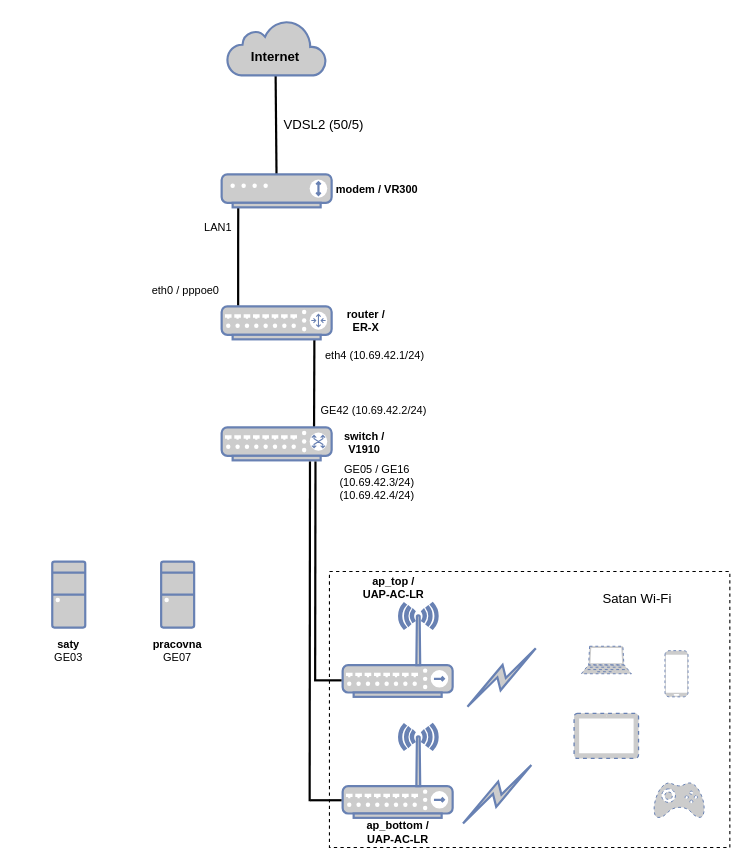
Above: Untitled Diagram.drawio in Hipuranyhou/cuddly-octo-lamp (draw.io), before the change. Source tidied: cells renumbered, new cells numbered last; positions are measured from the earlier drawing's top-left corner, leaving out a move shared by most shapes. Both pictures are drawn from the tidied source at 110%, with x=0, y=0 at pixel (19, 20).
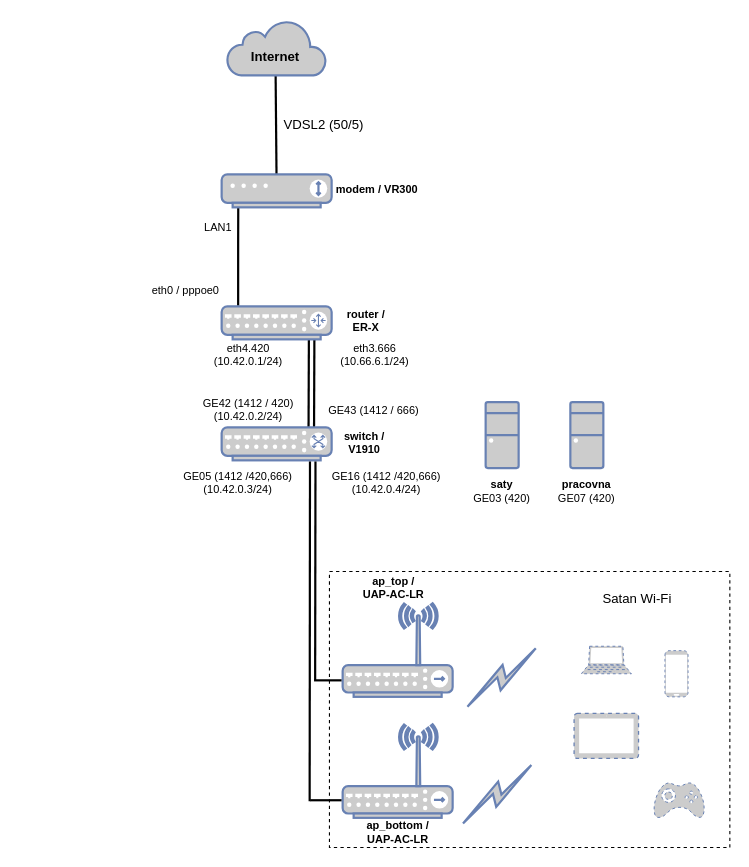
After the change.

The edit, as a diff of the source:
```diff
@@
+    <mxCell id="39" style="endArrow=none;html=1;strokeWidth=2;fontSize=10;fontColor=#000000;entryX=0.843;entryY=1.004;entryDx=0;entryDy=0;entryPerimeter=0;" parent="1" edge="1">
+      <mxGeometry relative="1" as="geometry">
+        <mxPoint x="263" y="369.9" as="sourcePoint" />
+        <mxPoint x="263.3" y="290" as="targetPoint" />
+      </mxGeometry>
+    </mxCell>
@@
-    <mxCell id="14" value="eth4 (10.69.42.1/24)" style="text;html=1;strokeColor=none;fillColor=none;align=center;verticalAlign=middle;whiteSpace=wrap;rounded=0;labelBackgroundColor=#ffffff;fontSize=10;fontColor=#000000;" parent="1" vertex="1">
+    <mxCell id="14" value="eth3.666 (10.66.6.1/24)" style="text;html=1;strokeColor=none;fillColor=none;align=center;verticalAlign=middle;whiteSpace=wrap;rounded=0;labelBackgroundColor=#ffffff;fontSize=10;fontColor=#000000;" parent="1" vertex="1">
       <mxGeometry x="273" y="294" width="101" height="20" as="geometry" />
     </mxCell>
@@
-    <mxCell id="17" value="GE42 (10.69.42.2/24)" style="text;html=1;strokeColor=none;fillColor=none;align=center;verticalAlign=middle;whiteSpace=wrap;rounded=0;labelBackgroundColor=#ffffff;fontSize=10;fontColor=#000000;" parent="1" vertex="1">
+    <mxCell id="17" value="GE43 (1412 / 666) " style="text;html=1;strokeColor=none;fillColor=none;align=center;verticalAlign=middle;whiteSpace=wrap;rounded=0;labelBackgroundColor=#ffffff;fontSize=10;fontColor=#000000;" parent="1" vertex="1">
       <mxGeometry x="272" y="344" width="101" height="20" as="geometry" />
     </mxCell>
@@
-    <mxCell id="20" value="&lt;div&gt;GE05 / GE16 (10.69.42.3/24)&lt;/div&gt;&lt;div&gt;(10.69.42.4/24)&lt;br&gt;&lt;/div&gt;" style="text;html=1;strokeColor=none;fillColor=none;align=center;verticalAlign=middle;whiteSpace=wrap;rounded=0;labelBackgroundColor=#ffffff;fontSize=10;fontColor=#000000;" parent="1" vertex="1">
-      <mxGeometry x="275" y="410" width="101" height="20" as="geometry" />
-    </mxCell>
@@
+    <mxCell id="40" value="GE42 (1412 / 420) (10.42.0.2/24)" style="text;html=1;strokeColor=none;fillColor=none;align=center;verticalAlign=middle;whiteSpace=wrap;rounded=0;labelBackgroundColor=#ffffff;fontSize=10;fontColor=#000000;" parent="1" vertex="1">
+      <mxGeometry x="158" y="344" width="101" height="20" as="geometry" />
+    </mxCell>
+    <mxCell id="41" value="eth4.420 (10.42.0.1/24)" style="text;html=1;strokeColor=none;fillColor=none;align=center;verticalAlign=middle;whiteSpace=wrap;rounded=0;labelBackgroundColor=#ffffff;fontSize=10;fontColor=#000000;" parent="1" vertex="1">
+      <mxGeometry x="158" y="294" width="101" height="20" as="geometry" />
+    </mxCell>
+    <mxCell id="42" value="&lt;div&gt;GE05 (1412 /420,666) (10.42.0.3/24)&lt;/div&gt;" style="text;html=1;strokeColor=none;fillColor=none;align=center;verticalAlign=middle;whiteSpace=wrap;rounded=0;labelBackgroundColor=#ffffff;fontSize=10;fontColor=#000000;" parent="1" vertex="1">
+      <mxGeometry x="139" y="410" width="120" height="20" as="geometry" />
+    </mxCell>
+    <mxCell id="43" style="group;" parent="1" vertex="1">
+      <mxGeometry x="394" y="347" width="90" height="90.5" as="geometry" />
+    </mxCell>
-    <mxCell id="35" style="fontColor=#0066CC;verticalAlign=top;verticalLabelPosition=bottom;labelPosition=center;align=center;html=1;fillColor=#CCCCCC;strokeColor=#6881B3;gradientColor=none;gradientDirection=north;strokeWidth=2;shape=mxgraph.networks.desktop_pc;" parent="1" vertex="1">
-      <mxGeometry x="30" y="492" width="30" height="60" as="geometry" />
+    <mxCell id="35" style="fontColor=#0066CC;verticalAlign=top;verticalLabelPosition=bottom;labelPosition=center;align=center;html=1;fillColor=#CCCCCC;strokeColor=#6881B3;gradientColor=none;gradientDirection=north;strokeWidth=2;shape=mxgraph.networks.desktop_pc;" parent="43" vertex="1">
+      <mxGeometry x="30" width="30" height="60" as="geometry" />
     </mxCell>
+    <mxCell id="37" value="&lt;div&gt;saty &lt;br&gt;&lt;/div&gt;&lt;div&gt;&lt;span style=&quot;font-weight: normal&quot;&gt;GE03 (420)&lt;/span&gt;&lt;br&gt;&lt;/div&gt;" style="text;html=1;strokeColor=none;fillColor=none;align=center;verticalAlign=middle;whiteSpace=wrap;rounded=0;labelBackgroundColor=#ffffff;fontSize=10;fontColor=#000000;fontStyle=1;" parent="43" vertex="1">
+      <mxGeometry y="70.5" width="90" height="20" as="geometry" />
+    </mxCell>
+    <mxCell id="44" style="group;" parent="1" vertex="1">
+      <mxGeometry x="471" y="347" width="90" height="90.5" as="geometry" />
+    </mxCell>
-    <mxCell id="36" style="fontColor=#0066CC;verticalAlign=top;verticalLabelPosition=bottom;labelPosition=center;align=center;html=1;fillColor=#CCCCCC;strokeColor=#6881B3;gradientColor=none;gradientDirection=north;strokeWidth=2;shape=mxgraph.networks.desktop_pc;" parent="1" vertex="1">
-      <mxGeometry x="129" y="492" width="30" height="60" as="geometry" />
+    <mxCell id="36" style="fontColor=#0066CC;verticalAlign=top;verticalLabelPosition=bottom;labelPosition=center;align=center;html=1;fillColor=#CCCCCC;strokeColor=#6881B3;gradientColor=none;gradientDirection=north;strokeWidth=2;shape=mxgraph.networks.desktop_pc;" parent="44" vertex="1">
+      <mxGeometry x="30" width="30" height="60" as="geometry" />
     </mxCell>
-    <mxCell id="37" value="&lt;div&gt;saty &lt;br&gt;&lt;/div&gt;&lt;div&gt;&lt;span style=&quot;font-weight: normal&quot;&gt;GE03&lt;/span&gt;&lt;br&gt;&lt;/div&gt;" style="text;html=1;strokeColor=none;fillColor=none;align=center;verticalAlign=middle;whiteSpace=wrap;rounded=0;labelBackgroundColor=#ffffff;fontSize=10;fontColor=#000000;fontStyle=1;" parent="1" vertex="1">
-      <mxGeometry y="562.5" width="90" height="20" as="geometry" />
-    </mxCell>
-    <mxCell id="38" value="&lt;div&gt;pracovna&lt;/div&gt;&lt;span style=&quot;font-weight: normal&quot;&gt;GE07&lt;/span&gt;" style="text;html=1;strokeColor=none;fillColor=none;align=center;verticalAlign=middle;whiteSpace=wrap;rounded=0;labelBackgroundColor=#ffffff;fontSize=10;fontColor=#000000;fontStyle=1;" parent="1" vertex="1">
-      <mxGeometry x="99" y="562.5" width="90" height="20" as="geometry" />
+    <mxCell id="38" value="&lt;div&gt;pracovna&lt;/div&gt;&lt;span style=&quot;font-weight: normal&quot;&gt;GE07 (420)&lt;br&gt;&lt;/span&gt;" style="text;html=1;strokeColor=none;fillColor=none;align=center;verticalAlign=middle;whiteSpace=wrap;rounded=0;labelBackgroundColor=#ffffff;fontSize=10;fontColor=#000000;fontStyle=1;" parent="44" vertex="1">
+      <mxGeometry y="70.5" width="90" height="20" as="geometry" />
     </mxCell>
+    <mxCell id="45" value="&lt;div&gt;GE16 (1412 /420,666) (10.42.0.4/24)&lt;/div&gt;" style="text;html=1;strokeColor=none;fillColor=none;align=center;verticalAlign=middle;whiteSpace=wrap;rounded=0;labelBackgroundColor=#ffffff;fontSize=10;fontColor=#000000;" parent="1" vertex="1">
+      <mxGeometry x="274" y="410" width="120" height="20" as="geometry" />
+    </mxCell>
```
